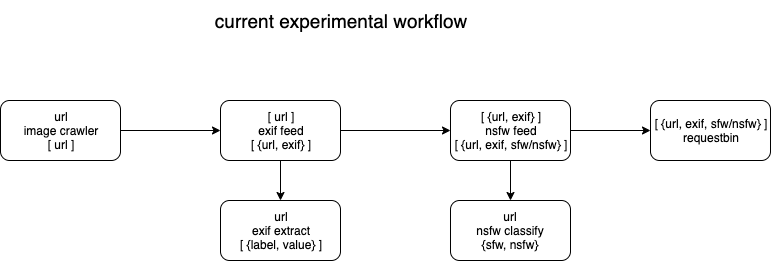
servernull/gezellig keeps this draw.io diagram as gezellig.png. Above is the earlier version. Source tidied: cells renumbered, new cells last; positions are measured from the earlier drawing's top-left corner, leaving out a move shared by most shapes. Its diagram source:
```xml
<mxGraphModel>
  <root>
    <mxCell id="0" />
    <mxCell id="1" parent="0" />
    <mxCell id="2" value="url&lt;br&gt;exif extract&lt;br&gt;[ {label, value} ]" style="rounded=1;whiteSpace=wrap;html=1;" parent="1" vertex="1">
      <mxGeometry x="220" y="200" width="120" height="60" as="geometry" />
    </mxCell>
    <mxCell id="3" style="edgeStyle=orthogonalEdgeStyle;rounded=0;jettySize=auto;html=1;entryX=0.5;entryY=0;entryDx=0;entryDy=0;" parent="1" edge="1" source="5" target="11">
      <mxGeometry relative="1" as="geometry" />
    </mxCell>
    <mxCell id="4" style="edgeStyle=orthogonalEdgeStyle;rounded=0;jettySize=auto;html=1;entryX=0;entryY=0.5;entryDx=0;entryDy=0;" parent="1" edge="1" source="5" target="12">
      <mxGeometry relative="1" as="geometry" />
    </mxCell>
    <mxCell id="5" value="[ {url, exif} ]&lt;br&gt;nsfw feed&lt;br&gt;[ {url, exif, sfw/nsfw} ]" style="rounded=1;whiteSpace=wrap;html=1;" parent="1" vertex="1">
      <mxGeometry x="450" y="100" width="120" height="60" as="geometry" />
    </mxCell>
    <mxCell id="6" style="edgeStyle=orthogonalEdgeStyle;rounded=0;jettySize=auto;html=1;" parent="1" edge="1" source="7" target="10">
      <mxGeometry relative="1" as="geometry" />
    </mxCell>
    <mxCell id="7" value="url&lt;br&gt;image crawler&lt;br&gt;[ url ]" style="rounded=1;whiteSpace=wrap;html=1;" parent="1" vertex="1">
      <mxGeometry y="100" width="120" height="60" as="geometry" />
    </mxCell>
    <mxCell id="8" style="edgeStyle=orthogonalEdgeStyle;rounded=0;jettySize=auto;html=1;entryX=0.5;entryY=0;entryDx=0;entryDy=0;" parent="1" edge="1" source="10" target="2">
      <mxGeometry relative="1" as="geometry" />
    </mxCell>
    <mxCell id="9" style="edgeStyle=orthogonalEdgeStyle;rounded=0;jettySize=auto;html=1;entryX=0;entryY=0.5;entryDx=0;entryDy=0;" parent="1" edge="1" source="10" target="5">
      <mxGeometry relative="1" as="geometry" />
    </mxCell>
    <mxCell id="10" value="[ url ]&lt;br&gt;exif feed&lt;br&gt;[ {url, exif} ]" style="rounded=1;whiteSpace=wrap;html=1;" parent="1" vertex="1">
      <mxGeometry x="220" y="100" width="120" height="60" as="geometry" />
    </mxCell>
    <mxCell id="11" value="url&lt;br&gt;nsfw classify&lt;br&gt;{sfw, nsfw}" style="rounded=1;whiteSpace=wrap;html=1;" parent="1" vertex="1">
      <mxGeometry x="450" y="200" width="120" height="60" as="geometry" />
    </mxCell>
    <mxCell id="12" value="[ {url, exif, sfw/nsfw} ]&lt;br&gt;requestbin" style="rounded=1;whiteSpace=wrap;html=1;" parent="1" vertex="1">
      <mxGeometry x="650" y="100" width="120" height="60" as="geometry" />
    </mxCell>
    <mxCell id="13" value="&lt;font style=&quot;font-size: 19px&quot;&gt;current experimental workflow&lt;/font&gt;" style="text;html=1;strokeColor=none;fillColor=none;align=center;verticalAlign=middle;whiteSpace=wrap;rounded=0;" parent="1" vertex="1">
      <mxGeometry x="115" width="450" height="40" as="geometry" />
    </mxCell>
  </root>
</mxGraphModel>
```
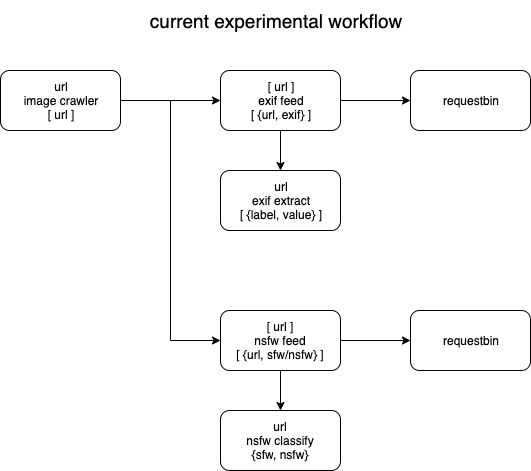
The same file after the commit.

Commit message:
parallel computation change

What changed in the source:
```diff
@@ -5,38 +5,44 @@
     <mxCell id="2" value="url&lt;br&gt;exif extract&lt;br&gt;[ {label, value} ]" style="rounded=1;whiteSpace=wrap;html=1;" parent="1" vertex="1">
       <mxGeometry x="220" y="200" width="120" height="60" as="geometry" />
     </mxCell>
-    <mxCell id="3" style="edgeStyle=orthogonalEdgeStyle;rounded=0;jettySize=auto;html=1;entryX=0.5;entryY=0;entryDx=0;entryDy=0;" parent="1" edge="1" source="5" target="11">
+    <mxCell id="3" style="edgeStyle=orthogonalEdgeStyle;rounded=0;jettySize=auto;html=1;" parent="1" edge="1" source="5" target="11">
       <mxGeometry relative="1" as="geometry" />
     </mxCell>
-    <mxCell id="4" style="edgeStyle=orthogonalEdgeStyle;rounded=0;jettySize=auto;html=1;entryX=0;entryY=0.5;entryDx=0;entryDy=0;" parent="1" edge="1" source="5" target="12">
+    <mxCell id="4" style="edgeStyle=orthogonalEdgeStyle;rounded=0;jettySize=auto;html=1;" parent="1" edge="1" source="5" target="12">
       <mxGeometry relative="1" as="geometry" />
     </mxCell>
-    <mxCell id="5" value="[ {url, exif} ]&lt;br&gt;nsfw feed&lt;br&gt;[ {url, exif, sfw/nsfw} ]" style="rounded=1;whiteSpace=wrap;html=1;" parent="1" vertex="1">
-      <mxGeometry x="450" y="100" width="120" height="60" as="geometry" />
+    <mxCell id="5" value="[ url ]&lt;br&gt;nsfw feed&lt;br&gt;[ {url, sfw/nsfw} ]" style="rounded=1;whiteSpace=wrap;html=1;" parent="1" vertex="1">
+      <mxGeometry x="220" y="340" width="120" height="60" as="geometry" />
     </mxCell>
     <mxCell id="6" style="edgeStyle=orthogonalEdgeStyle;rounded=0;jettySize=auto;html=1;" parent="1" edge="1" source="7" target="10">
       <mxGeometry relative="1" as="geometry" />
     </mxCell>
+    <mxCell id="14" style="edgeStyle=orthogonalEdgeStyle;rounded=0;jettySize=auto;html=1;entryX=0;entryY=0.5;entryDx=0;entryDy=0;" parent="1" edge="1" source="7" target="5">
+      <mxGeometry relative="1" as="geometry" />
+    </mxCell>
     <mxCell id="7" value="url&lt;br&gt;image crawler&lt;br&gt;[ url ]" style="rounded=1;whiteSpace=wrap;html=1;" parent="1" vertex="1">
       <mxGeometry y="100" width="120" height="60" as="geometry" />
     </mxCell>
     <mxCell id="8" style="edgeStyle=orthogonalEdgeStyle;rounded=0;jettySize=auto;html=1;entryX=0.5;entryY=0;entryDx=0;entryDy=0;" parent="1" edge="1" source="10" target="2">
       <mxGeometry relative="1" as="geometry" />
     </mxCell>
-    <mxCell id="9" style="edgeStyle=orthogonalEdgeStyle;rounded=0;jettySize=auto;html=1;entryX=0;entryY=0.5;entryDx=0;entryDy=0;" parent="1" edge="1" source="10" target="5">
-      <mxGeometry relative="1" as="geometry" />
-    </mxCell>
+    <mxCell id="15" style="edgeStyle=orthogonalEdgeStyle;rounded=0;jettySize=auto;html=1;" parent="1" edge="1" source="10" target="16">
+      <mxGeometry relative="1" as="geometry" />
+    </mxCell>
     <mxCell id="10" value="[ url ]&lt;br&gt;exif feed&lt;br&gt;[ {url, exif} ]" style="rounded=1;whiteSpace=wrap;html=1;" parent="1" vertex="1">
       <mxGeometry x="220" y="100" width="120" height="60" as="geometry" />
     </mxCell>
     <mxCell id="11" value="url&lt;br&gt;nsfw classify&lt;br&gt;{sfw, nsfw}" style="rounded=1;whiteSpace=wrap;html=1;" parent="1" vertex="1">
-      <mxGeometry x="450" y="200" width="120" height="60" as="geometry" />
+      <mxGeometry x="220" y="440" width="120" height="60" as="geometry" />
     </mxCell>
-    <mxCell id="12" value="[ {url, exif, sfw/nsfw} ]&lt;br&gt;requestbin" style="rounded=1;whiteSpace=wrap;html=1;" parent="1" vertex="1">
-      <mxGeometry x="650" y="100" width="120" height="60" as="geometry" />
+    <mxCell id="12" value="requestbin" style="rounded=1;whiteSpace=wrap;html=1;" parent="1" vertex="1">
+      <mxGeometry x="410" y="340" width="120" height="60" as="geometry" />
     </mxCell>
     <mxCell id="13" value="&lt;font style=&quot;font-size: 19px&quot;&gt;current experimental workflow&lt;/font&gt;" style="text;html=1;strokeColor=none;fillColor=none;align=center;verticalAlign=middle;whiteSpace=wrap;rounded=0;" parent="1" vertex="1">
-      <mxGeometry x="115" width="450" height="40" as="geometry" />
+      <mxGeometry x="50" y="30" width="450" height="40" as="geometry" />
     </mxCell>
+    <mxCell id="16" value="requestbin" style="rounded=1;whiteSpace=wrap;html=1;" parent="1" vertex="1">
+      <mxGeometry x="410" y="100" width="120" height="60" as="geometry" />
+    </mxCell>
   </root>
 </mxGraphModel>
```
